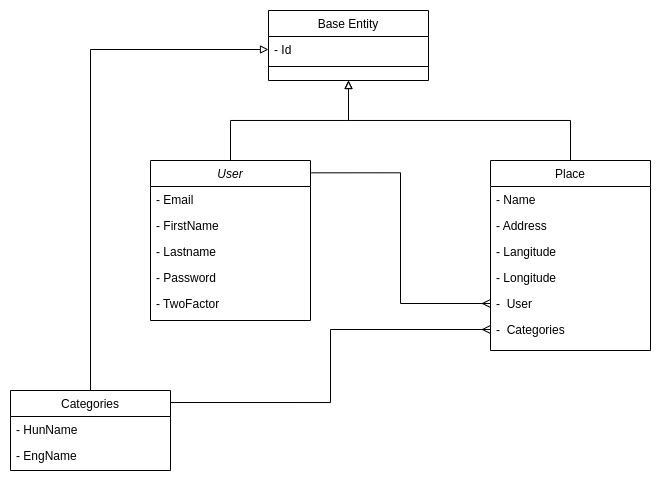
Before: images/entities_uml.png, a diagram exported from draw.io (BBence9807/travelling-app). Source tidied: cells renumbered, new cells last; positions are measured from the earlier drawing's top-left corner, leaving out a move shared by most shapes.
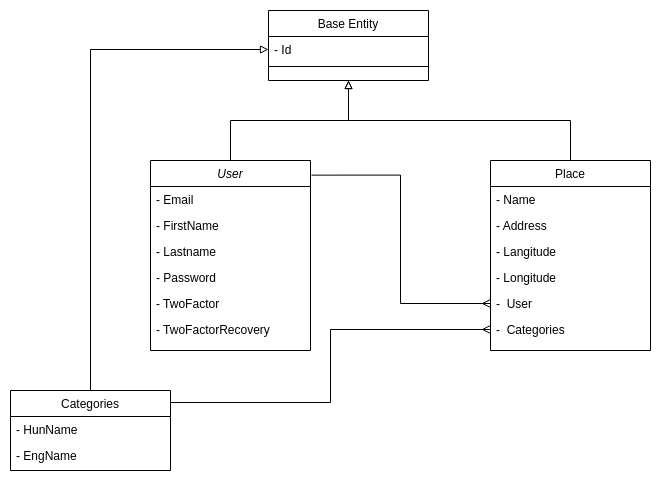
Later version of the same file.

Commit message:
mod database schema

Diff of the diagram source:
```diff
@@ -3,7 +3,7 @@
     <mxCell id="0" />
     <mxCell id="1" parent="0" />
     <mxCell id="2" value="User" style="swimlane;fontStyle=2;align=center;verticalAlign=top;horizontal=1;startSize=26;rounded=0;shadow=0;strokeWidth=1;" parent="1" vertex="1">
-      <mxGeometry x="140" y="150" width="160" height="160" as="geometry" />
+      <mxGeometry x="140" y="150" width="160" height="190" as="geometry" />
     </mxCell>
     <mxCell id="3" value="- Email" style="text;align=left;verticalAlign=top;spacingLeft=4;spacingRight=4;overflow=hidden;" parent="2" vertex="1">
       <mxGeometry y="26" width="160" height="26" as="geometry" />
@@ -20,6 +20,9 @@
     <mxCell id="7" value="- TwoFactor" style="text;align=left;verticalAlign=top;spacingLeft=4;spacingRight=4;overflow=hidden;rounded=0;shadow=0;html=0;" parent="2" vertex="1">
       <mxGeometry y="130" width="160" height="26" as="geometry" />
     </mxCell>
+    <mxCell id="26" value="- TwoFactorRecovery" style="text;align=left;verticalAlign=top;spacingLeft=4;spacingRight=4;overflow=hidden;rounded=0;shadow=0;html=0;" parent="2" vertex="1">
+      <mxGeometry y="156" width="160" height="26" as="geometry" />
+    </mxCell>
     <mxCell id="8" value="Categories" style="swimlane;fontStyle=0;align=center;verticalAlign=top;horizontal=1;startSize=26;rounded=0;shadow=0;strokeWidth=1;" parent="1" vertex="1">
       <mxGeometry y="380" width="160" height="80" as="geometry" />
     </mxCell>
```
